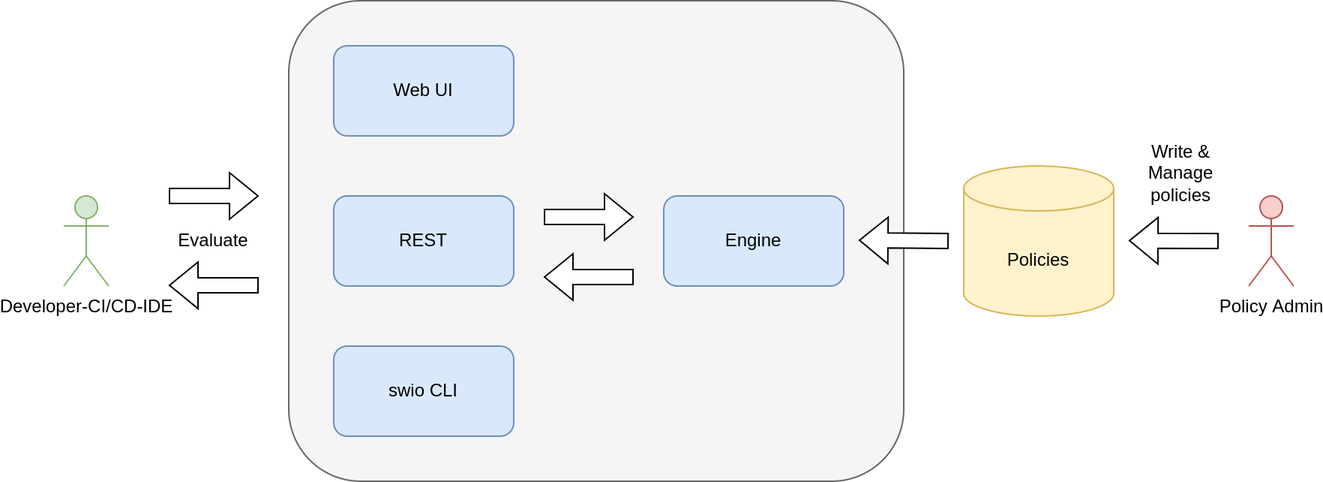
Earlier version of the draw.io export docs/images/seedwing_overview.drawio.png (seedwing-io/seedwing-policy). Source tidied: cells renumbered, new cells last; positions are measured from the earlier drawing's top-left corner, leaving out a move shared by most shapes. Its diagram source:
```xml
<mxGraphModel>
  <root>
    <mxCell id="0" />
    <mxCell id="1" parent="0" />
    <mxCell id="2" style="rounded=1;whiteSpace=wrap;html=1;fillColor=#f5f5f5;fontColor=#333333;strokeColor=#666666;" parent="1" vertex="1">
      <mxGeometry x="150" width="410" height="320" as="geometry" />
    </mxCell>
    <mxCell id="3" value="Engine" style="rounded=1;whiteSpace=wrap;html=1;fillColor=#dae8fc;strokeColor=#6c8ebf;" parent="1" vertex="1">
      <mxGeometry x="400" y="130" width="120" height="60" as="geometry" />
    </mxCell>
    <mxCell id="4" value="REST" style="rounded=1;whiteSpace=wrap;html=1;fillColor=#dae8fc;strokeColor=#6c8ebf;" parent="1" vertex="1">
      <mxGeometry x="180" y="130" width="120" height="60" as="geometry" />
    </mxCell>
    <mxCell id="5" value="swio CLI" style="rounded=1;whiteSpace=wrap;html=1;fillColor=#dae8fc;strokeColor=#6c8ebf;" parent="1" vertex="1">
      <mxGeometry x="180" y="230" width="120" height="60" as="geometry" />
    </mxCell>
    <mxCell id="6" value="Web UI" style="rounded=1;whiteSpace=wrap;html=1;fillColor=#dae8fc;strokeColor=#6c8ebf;" parent="1" vertex="1">
      <mxGeometry x="180" y="30" width="120" height="60" as="geometry" />
    </mxCell>
    <mxCell id="7" value="Developer-CI/CD-IDE" style="shape=umlActor;verticalLabelPosition=bottom;verticalAlign=top;html=1;fillColor=#d5e8d4;strokeColor=#82b366;" parent="1" vertex="1">
      <mxGeometry y="130" width="30" height="60" as="geometry" />
    </mxCell>
    <mxCell id="8" value="Policy Admin" style="shape=umlActor;verticalLabelPosition=bottom;verticalAlign=top;html=1;fillColor=#f8cecc;strokeColor=#b85450;" parent="1" vertex="1">
      <mxGeometry x="790" y="130" width="30" height="60" as="geometry" />
    </mxCell>
    <mxCell id="9" value="Policies" style="shape=cylinder3;whiteSpace=wrap;html=1;boundedLbl=1;backgroundOutline=1;size=15;fillColor=#fff2cc;strokeColor=#d6b656;" parent="1" vertex="1">
      <mxGeometry x="600" y="110" width="100" height="100" as="geometry" />
    </mxCell>
    <mxCell id="10" style="shape=flexArrow;endArrow=classic;html=1;rounded=0;fillColor=default;" parent="1" edge="1">
      <mxGeometry relative="1" as="geometry">
        <mxPoint x="130" y="189.5" as="sourcePoint" />
        <mxPoint x="70" y="189.5" as="targetPoint" />
      </mxGeometry>
    </mxCell>
    <mxCell id="11" style="shape=flexArrow;endArrow=classic;html=1;rounded=0;fillColor=default;" parent="1" edge="1">
      <mxGeometry relative="1" as="geometry">
        <mxPoint x="70" y="130" as="sourcePoint" />
        <mxPoint x="130" y="130" as="targetPoint" />
      </mxGeometry>
    </mxCell>
    <mxCell id="12" style="shape=flexArrow;endArrow=classic;html=1;rounded=0;fillColor=default;" parent="1" edge="1">
      <mxGeometry relative="1" as="geometry">
        <mxPoint x="770" y="160" as="sourcePoint" />
        <mxPoint x="710" y="159.8" as="targetPoint" />
      </mxGeometry>
    </mxCell>
    <mxCell id="13" value="Write &amp;amp; Manage policies" style="text;html=1;align=center;verticalAlign=middle;whiteSpace=wrap;rounded=0;fillColor=none;" parent="1" vertex="1">
      <mxGeometry x="710" y="100" width="70" height="30" as="geometry" />
    </mxCell>
    <mxCell id="14" value="Evaluate" style="text;html=1;strokeColor=none;fillColor=none;align=center;verticalAlign=middle;whiteSpace=wrap;rounded=0;" parent="1" vertex="1">
      <mxGeometry x="70" y="145" width="60" height="30" as="geometry" />
    </mxCell>
    <mxCell id="15" style="shape=flexArrow;endArrow=classic;html=1;rounded=0;fillColor=default;" parent="1" edge="1">
      <mxGeometry relative="1" as="geometry">
        <mxPoint x="380" y="184" as="sourcePoint" />
        <mxPoint x="320" y="184" as="targetPoint" />
      </mxGeometry>
    </mxCell>
    <mxCell id="16" style="shape=flexArrow;endArrow=classic;html=1;rounded=0;fillColor=default;" parent="1" edge="1">
      <mxGeometry relative="1" as="geometry">
        <mxPoint x="320" y="144" as="sourcePoint" />
        <mxPoint x="380" y="144" as="targetPoint" />
      </mxGeometry>
    </mxCell>
    <mxCell id="17" style="shape=flexArrow;endArrow=classic;html=1;rounded=0;fillColor=default;" parent="1" edge="1">
      <mxGeometry relative="1" as="geometry">
        <mxPoint x="590" y="160" as="sourcePoint" />
        <mxPoint x="530" y="159.5" as="targetPoint" />
      </mxGeometry>
    </mxCell>
  </root>
</mxGraphModel>
```
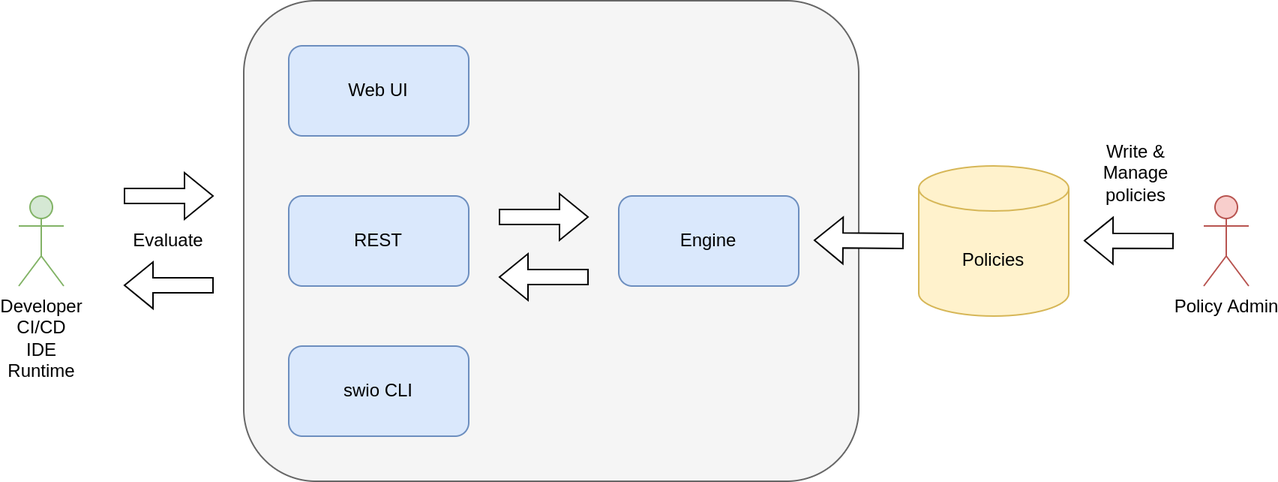
After the commit.

The edit, as a diff of the source:
```diff
@@ -17,7 +17,7 @@
     <mxCell id="6" value="Web UI" style="rounded=1;whiteSpace=wrap;html=1;fillColor=#dae8fc;strokeColor=#6c8ebf;" parent="1" vertex="1">
       <mxGeometry x="180" y="30" width="120" height="60" as="geometry" />
     </mxCell>
-    <mxCell id="7" value="Developer-CI/CD-IDE" style="shape=umlActor;verticalLabelPosition=bottom;verticalAlign=top;html=1;fillColor=#d5e8d4;strokeColor=#82b366;" parent="1" vertex="1">
+    <mxCell id="7" value="Developer&lt;br&gt;CI/CD&lt;br&gt;IDE&lt;br&gt;Runtime" style="shape=umlActor;verticalLabelPosition=bottom;verticalAlign=top;html=1;fillColor=#d5e8d4;strokeColor=#82b366;" parent="1" vertex="1">
       <mxGeometry y="130" width="30" height="60" as="geometry" />
     </mxCell>
     <mxCell id="8" value="Policy Admin" style="shape=umlActor;verticalLabelPosition=bottom;verticalAlign=top;html=1;fillColor=#f8cecc;strokeColor=#b85450;" parent="1" vertex="1">
```
